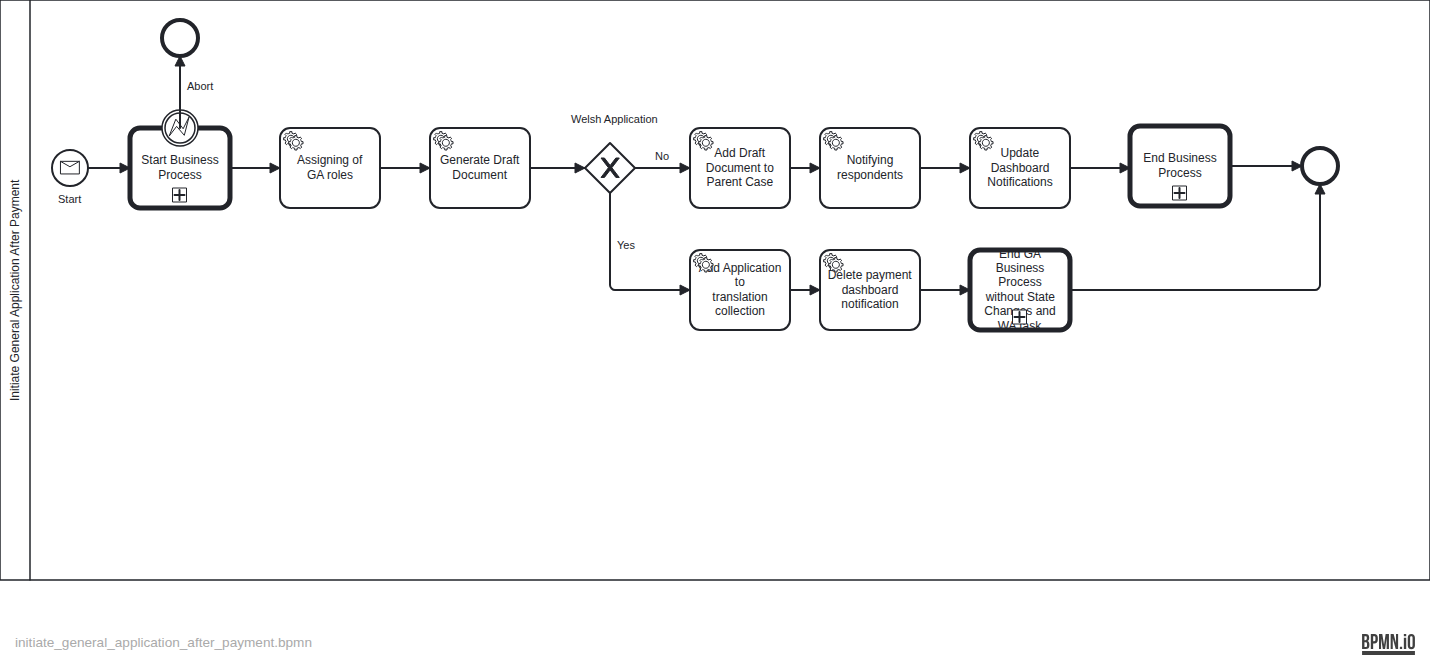
hmcts/civil-service keeps this BPMN diagram as docs/bpmn-diagrams/initiate_general_application_after_payment.png. Above is the earlier version. Its source is kept beside it as src/main/resources/camunda/initiate_general_application_after_payment.bpmn. Ids are renumbered. The source it was exported from:
```xml
<bpmn:definitions xmlns:bpmn="http://www.omg.org/spec/BPMN/20100524/MODEL" xmlns:bpmndi="http://www.omg.org/spec/BPMN/20100524/DI" xmlns:dc="http://www.omg.org/spec/DD/20100524/DC" xmlns:camunda="http://camunda.org/schema/1.0/bpmn" xmlns:di="http://www.omg.org/spec/DD/20100524/DI" xmlns:xsi="http://www.w3.org/2001/XMLSchema-instance" xmlns:modeler="http://camunda.org/schema/modeler/1.0" id="Definitions_n1" targetNamespace="http://bpmn.io/schema/bpmn" exporter="Camunda Modeler" exporterVersion="5.41.0" modeler:executionPlatform="Camunda Platform" modeler:executionPlatformVersion="7.15.0">
  <bpmn:message id="Message_n2" name="INITIATE_GENERAL_APPLICATION_AFTER_PAYMENT" />
  <bpmn:collaboration id="InitiateGeneralApplicationAfterPayment">
    <bpmn:extensionElements />
    <bpmn:participant id="Participant_n3" name="Initiate General Application After Payment" processRef="GA_INITIATE_AFTER_PAYMENT_PROCESS_ID" />
  </bpmn:collaboration>
  <bpmn:process id="GA_INITIATE_AFTER_PAYMENT_PROCESS_ID" name="GA initiate after payment process" isExecutable="true" camunda:historyTimeToLive="P90D">
    <bpmn:startEvent id="Event_n4" name="Start">
      <bpmn:outgoing>Flow_n5</bpmn:outgoing>
      <bpmn:messageEventDefinition id="MessageEventDefinition_n6" messageRef="Message_n2" />
    </bpmn:startEvent>
    <bpmn:callActivity id="Activity_n7" name="Start Business Process" calledElement="GA_StartGeneralApplicationBusinessProcess">
      <bpmn:extensionElements>
        <camunda:in variables="all" />
        <camunda:out variables="all" />
      </bpmn:extensionElements>
      <bpmn:incoming>Flow_n5</bpmn:incoming>
      <bpmn:outgoing>Flow_n8</bpmn:outgoing>
      <bpmn:outgoing>Flow_n9</bpmn:outgoing>
    </bpmn:callActivity>
    <bpmn:endEvent id="Event_n10">
      <bpmn:incoming>Flow_n8</bpmn:incoming>
    </bpmn:endEvent>
    <bpmn:boundaryEvent id="Event_n11" name="Abort" attachedToRef="Activity_n7">
      <bpmn:errorEventDefinition id="ErrorEventDefinition_n12" />
    </bpmn:boundaryEvent>
    <bpmn:sequenceFlow id="Flow_n8" sourceRef="Activity_n7" targetRef="Event_n10" />
    <bpmn:sequenceFlow id="Flow_n5" sourceRef="Event_n4" targetRef="Activity_n7" />
    <bpmn:sequenceFlow id="Flow_n13" sourceRef="Activity_n14" targetRef="Event_n15" />
    <bpmn:sequenceFlow id="Flow_n16" sourceRef="AddDraftDocToMainCaseID" targetRef="GeneralApplicationNotifying" />
    <bpmn:sequenceFlow id="Flow_n9" sourceRef="Activity_n7" targetRef="AssigningOfRoles" />
    <bpmn:sequenceFlow id="Flow_n17" sourceRef="AssigningOfRoles" targetRef="GenerateDraftDocumentId" />
    <bpmn:sequenceFlow id="Flow_n18" sourceRef="GeneralApplicationNotifying" targetRef="GenerateDashboardNotificationsGaApplicationSubmitted" />
    <bpmn:serviceTask id="AssigningOfRoles" name="Assigning of GA roles" camunda:type="external" camunda:topic="applicationProcessCaseEventGASpec">
      <bpmn:extensionElements>
        <camunda:inputOutput>
          <camunda:inputParameter name="caseEvent">ASSIGN_GA_ROLES</camunda:inputParameter>
        </camunda:inputOutput>
      </bpmn:extensionElements>
      <bpmn:incoming>Flow_n9</bpmn:incoming>
      <bpmn:outgoing>Flow_n17</bpmn:outgoing>
    </bpmn:serviceTask>
    <bpmn:serviceTask id="GenerateDraftDocumentId" name="Generate Draft Document" camunda:type="external" camunda:topic="applicationProcessCaseEventGASpec">
      <bpmn:extensionElements>
        <camunda:inputOutput>
          <camunda:inputParameter name="caseEvent">GENERATE_DRAFT_DOCUMENT</camunda:inputParameter>
        </camunda:inputOutput>
      </bpmn:extensionElements>
      <bpmn:incoming>Flow_n17</bpmn:incoming>
      <bpmn:outgoing>Flow_n19</bpmn:outgoing>
    </bpmn:serviceTask>
    <bpmn:serviceTask id="GeneralApplicationNotifying" name="Notifying respondents" camunda:type="external" camunda:topic="processExternalCaseEventGASpec">
      <bpmn:extensionElements>
        <camunda:inputOutput>
          <camunda:inputParameter name="caseEvent">NOTIFY_GENERAL_APPLICATION_RESPONDENT</camunda:inputParameter>
        </camunda:inputOutput>
      </bpmn:extensionElements>
      <bpmn:incoming>Flow_n16</bpmn:incoming>
      <bpmn:outgoing>Flow_n18</bpmn:outgoing>
    </bpmn:serviceTask>
    <bpmn:serviceTask id="AddDraftDocToMainCaseID" name="Add Draft Document to Parent Case" camunda:type="external" camunda:topic="updateFromGACaseEvent">
      <bpmn:extensionElements>
        <camunda:inputOutput>
          <camunda:inputParameter name="caseEvent">ADD_PDF_TO_MAIN_CASE</camunda:inputParameter>
        </camunda:inputOutput>
      </bpmn:extensionElements>
      <bpmn:incoming>Flow_n20</bpmn:incoming>
      <bpmn:outgoing>Flow_n16</bpmn:outgoing>
    </bpmn:serviceTask>
    <bpmn:exclusiveGateway id="Gateway_n21" name="Welsh Application">
      <bpmn:incoming>Flow_n19</bpmn:incoming>
      <bpmn:outgoing>Flow_n20</bpmn:outgoing>
      <bpmn:outgoing>Flow_n22</bpmn:outgoing>
    </bpmn:exclusiveGateway>
    <bpmn:sequenceFlow id="Flow_n19" sourceRef="GenerateDraftDocumentId" targetRef="Gateway_n21" />
    <bpmn:sequenceFlow id="Flow_n20" name="No" sourceRef="Gateway_n21" targetRef="AddDraftDocToMainCaseID">
      <bpmn:conditionExpression xsi:type="bpmn:tFormalExpression">${(empty flowFlags.WELSH_ENABLED) || (!empty flowFlags.WELSH_ENABLED &amp;&amp; !flowFlags.WELSH_ENABLED)}</bpmn:conditionExpression>
    </bpmn:sequenceFlow>
    <bpmn:sequenceFlow id="Flow_n22" name="Yes" sourceRef="Gateway_n21" targetRef="applicationTranslationCollectionId">
      <bpmn:conditionExpression xsi:type="bpmn:tFormalExpression">${(!empty flowFlags.WELSH_ENABLED &amp;&amp; flowFlags.WELSH_ENABLED)}</bpmn:conditionExpression>
    </bpmn:sequenceFlow>
    <bpmn:sequenceFlow id="Flow_n23" sourceRef="Activity_n24" targetRef="Event_n15" />
    <bpmn:sequenceFlow id="Flow_n25" sourceRef="DeletePaymentDashboardNotification" targetRef="Activity_n24" />
    <bpmn:sequenceFlow id="Flow_n26" sourceRef="applicationTranslationCollectionId" targetRef="DeletePaymentDashboardNotification" />
    <bpmn:serviceTask id="GenerateDashboardNotificationsGaApplicationSubmitted" name="Update Dashboard Notifications" camunda:type="external" camunda:topic="gaDashboardNotifications">
      <bpmn:extensionElements>
        <camunda:inputOutput>
          <camunda:inputParameter name="caseEvent">DASHBOARD_NOTIFICATION_EVENT</camunda:inputParameter>
        </camunda:inputOutput>
      </bpmn:extensionElements>
      <bpmn:incoming>Flow_n18</bpmn:incoming>
      <bpmn:outgoing>Flow_n27</bpmn:outgoing>
    </bpmn:serviceTask>
    <bpmn:sequenceFlow id="Flow_n27" sourceRef="GenerateDashboardNotificationsGaApplicationSubmitted" targetRef="Activity_n14" />
    <bpmn:callActivity id="Activity_n14" name="End Business Process" calledElement="GA_EndBusinessProcess">
      <bpmn:extensionElements>
        <camunda:in variables="all" />
      </bpmn:extensionElements>
      <bpmn:incoming>Flow_n27</bpmn:incoming>
      <bpmn:outgoing>Flow_n13</bpmn:outgoing>
    </bpmn:callActivity>
    <bpmn:serviceTask id="DeletePaymentDashboardNotification" name="Delete payment dashboard notification" camunda:type="external" camunda:topic="applicationProcessCaseEventGASpec">
      <bpmn:extensionElements>
        <camunda:inputOutput>
          <camunda:inputParameter name="caseEvent">DELETE_APPLICATION_PAYMENT_DASHBOARD_NOTIFICATION</camunda:inputParameter>
        </camunda:inputOutput>
      </bpmn:extensionElements>
      <bpmn:incoming>Flow_n26</bpmn:incoming>
      <bpmn:outgoing>Flow_n25</bpmn:outgoing>
    </bpmn:serviceTask>
    <bpmn:serviceTask id="applicationTranslationCollectionId" name="Add Application to  translation collection" camunda:type="external" camunda:topic="applicationProcessCaseEventGASpec">
      <bpmn:extensionElements>
        <camunda:inputOutput>
          <camunda:inputParameter name="caseEvent">ADD_APPLICATION_TO_TRANSLATION_COLLECTION</camunda:inputParameter>
        </camunda:inputOutput>
      </bpmn:extensionElements>
      <bpmn:incoming>Flow_n22</bpmn:incoming>
      <bpmn:outgoing>Flow_n26</bpmn:outgoing>
    </bpmn:serviceTask>
    <bpmn:callActivity id="Activity_n24" name="End GA Business Process without State Changes and WA task" calledElement="GA_EndBusinessProcessWithoutWATask">
      <bpmn:extensionElements>
        <camunda:in variables="all" />
      </bpmn:extensionElements>
      <bpmn:incoming>Flow_n25</bpmn:incoming>
      <bpmn:outgoing>Flow_n23</bpmn:outgoing>
    </bpmn:callActivity>
    <bpmn:endEvent id="Event_n15">
      <bpmn:incoming>Flow_n13</bpmn:incoming>
      <bpmn:incoming>Flow_n23</bpmn:incoming>
    </bpmn:endEvent>
  </bpmn:process>
  <bpmndi:BPMNDiagram id="BPMNDiagram_1">
    <bpmndi:BPMNPlane id="BPMNPlane_1" bpmnElement="InitiateGeneralApplicationAfterPayment">
      <bpmndi:BPMNShape id="Participant_n3_di" bpmnElement="Participant_n3" isHorizontal="true">
        <dc:Bounds x="160" y="80" width="1430" height="580" />
        <bpmndi:BPMNLabel />
      </bpmndi:BPMNShape>
      <bpmndi:BPMNShape id="Event_n4_di" bpmnElement="Event_n4">
        <dc:Bounds x="212" y="230" width="36" height="36" />
        <bpmndi:BPMNLabel>
          <dc:Bounds x="218" y="273" width="24" height="14" />
        </bpmndi:BPMNLabel>
      </bpmndi:BPMNShape>
      <bpmndi:BPMNShape id="Activity_n7_di" bpmnElement="Activity_n7">
        <dc:Bounds x="290" y="208" width="100" height="80" />
      </bpmndi:BPMNShape>
      <bpmndi:BPMNShape id="Event_n10_di" bpmnElement="Event_n10">
        <dc:Bounds x="322" y="100" width="36" height="36" />
      </bpmndi:BPMNShape>
      <bpmndi:BPMNShape id="Activity_0n2dfke_di" bpmnElement="AssigningOfRoles">
        <dc:Bounds x="440" y="208" width="100" height="80" />
      </bpmndi:BPMNShape>
      <bpmndi:BPMNShape id="BPMNShape_n28" bpmnElement="GenerateDraftDocumentId">
        <dc:Bounds x="590" y="208" width="100" height="80" />
        <bpmndi:BPMNLabel />
      </bpmndi:BPMNShape>
      <bpmndi:BPMNShape id="Activity_0whee0o_di" bpmnElement="GeneralApplicationNotifying">
        <dc:Bounds x="980" y="208" width="100" height="80" />
      </bpmndi:BPMNShape>
      <bpmndi:BPMNShape id="BPMNShape_n29" bpmnElement="AddDraftDocToMainCaseID">
        <dc:Bounds x="850" y="208" width="100" height="80" />
        <bpmndi:BPMNLabel />
      </bpmndi:BPMNShape>
      <bpmndi:BPMNShape id="Gateway_n21_di" bpmnElement="Gateway_n21" isMarkerVisible="true">
        <dc:Bounds x="745" y="223" width="50" height="50" />
        <bpmndi:BPMNLabel>
          <dc:Bounds x="731" y="193" width="86" height="14" />
        </bpmndi:BPMNLabel>
      </bpmndi:BPMNShape>
      <bpmndi:BPMNShape id="BPMNShape_n30" bpmnElement="GenerateDashboardNotificationsGaApplicationSubmitted">
        <dc:Bounds x="1130" y="208" width="100" height="80" />
        <bpmndi:BPMNLabel />
      </bpmndi:BPMNShape>
      <bpmndi:BPMNShape id="Activity_n14_di" bpmnElement="Activity_n14">
        <dc:Bounds x="1290" y="206" width="100" height="80" />
      </bpmndi:BPMNShape>
      <bpmndi:BPMNShape id="Activity_0vpvf0p_di" bpmnElement="DeletePaymentDashboardNotification">
        <dc:Bounds x="980" y="330" width="100" height="80" />
        <bpmndi:BPMNLabel />
      </bpmndi:BPMNShape>
      <bpmndi:BPMNShape id="BPMNShape_n31" bpmnElement="applicationTranslationCollectionId">
        <dc:Bounds x="850" y="330" width="100" height="80" />
        <bpmndi:BPMNLabel />
      </bpmndi:BPMNShape>
      <bpmndi:BPMNShape id="Activity_14sbez9_di" bpmnElement="Activity_n24">
        <dc:Bounds x="1130" y="330" width="100" height="80" />
        <bpmndi:BPMNLabel />
      </bpmndi:BPMNShape>
      <bpmndi:BPMNShape id="Event_n15_di" bpmnElement="Event_n15">
        <dc:Bounds x="1462" y="228" width="36" height="36" />
      </bpmndi:BPMNShape>
      <bpmndi:BPMNShape id="Event_n11_di" bpmnElement="Event_n11">
        <dc:Bounds x="322" y="190" width="36" height="36" />
        <bpmndi:BPMNLabel>
          <dc:Bounds x="347" y="160" width="26" height="14" />
        </bpmndi:BPMNLabel>
      </bpmndi:BPMNShape>
      <bpmndi:BPMNEdge id="Flow_n8_di" bpmnElement="Flow_n8">
        <di:waypoint x="340" y="208" />
        <di:waypoint x="340" y="136" />
      </bpmndi:BPMNEdge>
      <bpmndi:BPMNEdge id="Flow_n5_di" bpmnElement="Flow_n5">
        <di:waypoint x="248" y="248" />
        <di:waypoint x="290" y="248" />
      </bpmndi:BPMNEdge>
      <bpmndi:BPMNEdge id="Flow_n13_di" bpmnElement="Flow_n13">
        <di:waypoint x="1390" y="246" />
        <di:waypoint x="1462" y="246" />
      </bpmndi:BPMNEdge>
      <bpmndi:BPMNEdge id="Flow_n16_di" bpmnElement="Flow_n16">
        <di:waypoint x="950" y="248" />
        <di:waypoint x="980" y="248" />
      </bpmndi:BPMNEdge>
      <bpmndi:BPMNEdge id="Flow_n9_di" bpmnElement="Flow_n9">
        <di:waypoint x="390" y="248" />
        <di:waypoint x="440" y="248" />
      </bpmndi:BPMNEdge>
      <bpmndi:BPMNEdge id="Flow_n17_di" bpmnElement="Flow_n17">
        <di:waypoint x="540" y="248" />
        <di:waypoint x="590" y="248" />
      </bpmndi:BPMNEdge>
      <bpmndi:BPMNEdge id="Flow_n18_di" bpmnElement="Flow_n18">
        <di:waypoint x="1080" y="248" />
        <di:waypoint x="1130" y="248" />
      </bpmndi:BPMNEdge>
      <bpmndi:BPMNEdge id="Flow_n19_di" bpmnElement="Flow_n19">
        <di:waypoint x="690" y="248" />
        <di:waypoint x="745" y="248" />
      </bpmndi:BPMNEdge>
      <bpmndi:BPMNEdge id="Flow_n20_di" bpmnElement="Flow_n20">
        <di:waypoint x="795" y="248" />
        <di:waypoint x="850" y="248" />
        <bpmndi:BPMNLabel>
          <dc:Bounds x="815" y="230" width="15" height="14" />
        </bpmndi:BPMNLabel>
      </bpmndi:BPMNEdge>
      <bpmndi:BPMNEdge id="Flow_n22_di" bpmnElement="Flow_n22">
        <di:waypoint x="770" y="273" />
        <di:waypoint x="770" y="370" />
        <di:waypoint x="850" y="370" />
        <bpmndi:BPMNLabel>
          <dc:Bounds x="777" y="319" width="18" height="14" />
        </bpmndi:BPMNLabel>
      </bpmndi:BPMNEdge>
      <bpmndi:BPMNEdge id="Flow_n23_di" bpmnElement="Flow_n23">
        <di:waypoint x="1230" y="370" />
        <di:waypoint x="1480" y="370" />
        <di:waypoint x="1480" y="264" />
      </bpmndi:BPMNEdge>
      <bpmndi:BPMNEdge id="Flow_n25_di" bpmnElement="Flow_n25">
        <di:waypoint x="1080" y="370" />
        <di:waypoint x="1130" y="370" />
      </bpmndi:BPMNEdge>
      <bpmndi:BPMNEdge id="Flow_n26_di" bpmnElement="Flow_n26">
        <di:waypoint x="950" y="370" />
        <di:waypoint x="980" y="370" />
      </bpmndi:BPMNEdge>
      <bpmndi:BPMNEdge id="Flow_n27_di" bpmnElement="Flow_n27">
        <di:waypoint x="1230" y="248" />
        <di:waypoint x="1290" y="248" />
      </bpmndi:BPMNEdge>
    </bpmndi:BPMNPlane>
  </bpmndi:BPMNDiagram>
</bpmn:definitions>
```
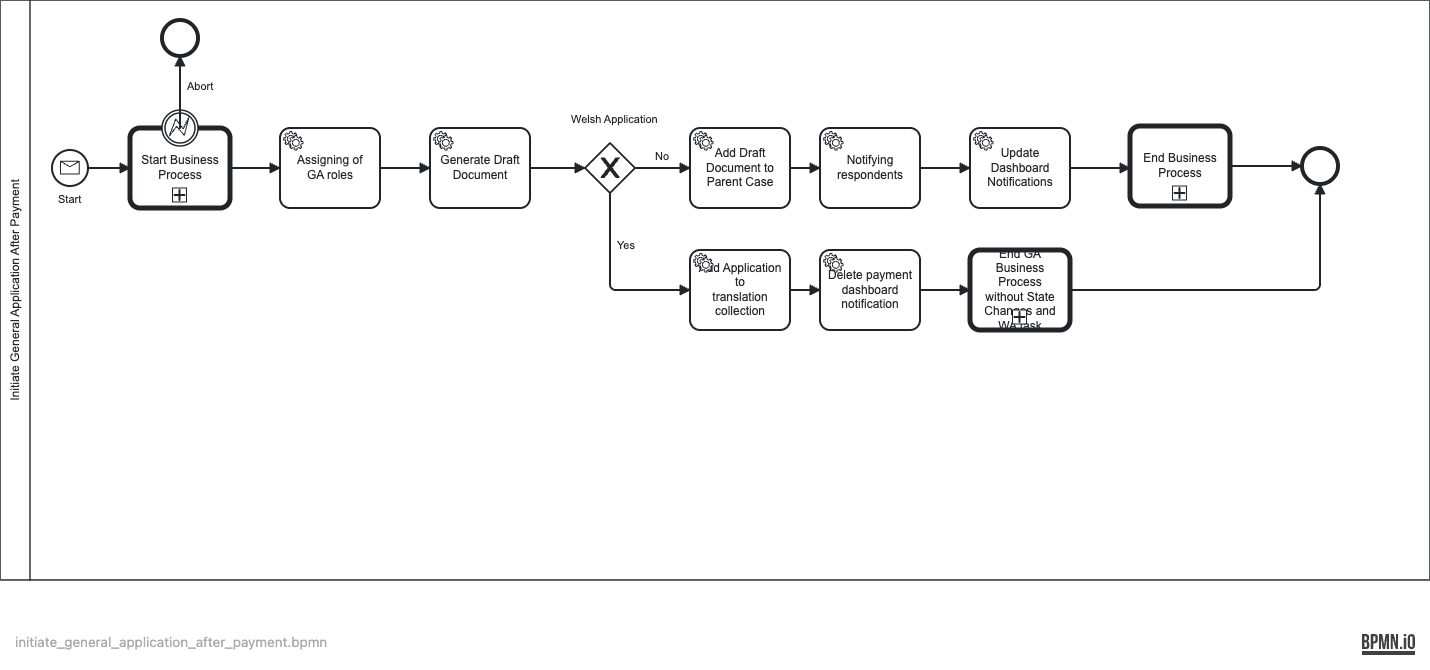
Above is the later version.

What changed in the source:
```diff
@@ -27,10 +27,10 @@
     <bpmn:sequenceFlow id="Flow_n8" sourceRef="Activity_n7" targetRef="Event_n10" />
     <bpmn:sequenceFlow id="Flow_n5" sourceRef="Event_n4" targetRef="Activity_n7" />
     <bpmn:sequenceFlow id="Flow_n13" sourceRef="Activity_n14" targetRef="Event_n15" />
-    <bpmn:sequenceFlow id="Flow_n16" sourceRef="AddDraftDocToMainCaseID" targetRef="GeneralApplicationNotifying" />
+    <bpmn:sequenceFlow id="Flow_n16" sourceRef="AddDraftDocToMainCaseID" targetRef="NotifyGaApplicationCreated" />
     <bpmn:sequenceFlow id="Flow_n9" sourceRef="Activity_n7" targetRef="AssigningOfRoles" />
     <bpmn:sequenceFlow id="Flow_n17" sourceRef="AssigningOfRoles" targetRef="GenerateDraftDocumentId" />
-    <bpmn:sequenceFlow id="Flow_n18" sourceRef="GeneralApplicationNotifying" targetRef="GenerateDashboardNotificationsGaApplicationSubmitted" />
+    <bpmn:sequenceFlow id="Flow_n18" sourceRef="NotifyGaApplicationCreated" targetRef="GenerateDashboardNotificationsGaApplicationSubmitted" />
     <bpmn:serviceTask id="AssigningOfRoles" name="Assigning of GA roles" camunda:type="external" camunda:topic="applicationProcessCaseEventGASpec">
       <bpmn:extensionElements>
         <camunda:inputOutput>
@@ -49,10 +49,10 @@
       <bpmn:incoming>Flow_n17</bpmn:incoming>
       <bpmn:outgoing>Flow_n19</bpmn:outgoing>
     </bpmn:serviceTask>
-    <bpmn:serviceTask id="GeneralApplicationNotifying" name="Notifying respondents" camunda:type="external" camunda:topic="processExternalCaseEventGASpec">
+    <bpmn:serviceTask id="NotifyGaApplicationCreated" name="Notifying respondents" camunda:type="external" camunda:topic="processExternalCaseEventGASpec">
       <bpmn:extensionElements>
         <camunda:inputOutput>
-          <camunda:inputParameter name="caseEvent">NOTIFY_GENERAL_APPLICATION_RESPONDENT</camunda:inputParameter>
+          <camunda:inputParameter name="caseEvent">NOTIFY_EVENT</camunda:inputParameter>
         </camunda:inputOutput>
       </bpmn:extensionElements>
       <bpmn:incoming>Flow_n16</bpmn:incoming>
@@ -154,7 +154,7 @@
         <dc:Bounds x="590" y="208" width="100" height="80" />
         <bpmndi:BPMNLabel />
       </bpmndi:BPMNShape>
-      <bpmndi:BPMNShape id="Activity_0whee0o_di" bpmnElement="GeneralApplicationNotifying">
+      <bpmndi:BPMNShape id="Activity_0whee0o_di" bpmnElement="NotifyGaApplicationCreated">
         <dc:Bounds x="980" y="208" width="100" height="80" />
       </bpmndi:BPMNShape>
       <bpmndi:BPMNShape id="BPMNShape_n29" bpmnElement="AddDraftDocToMainCaseID">
```
